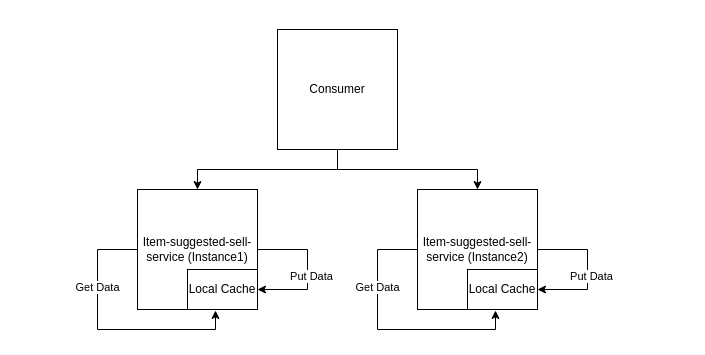
This is Sample.drawio from aswathamnaren/ArchitectureDiagrams, a draw.io file, before an edit. Source tidied: cells renumbered, new cells numbered last; positions are measured from the earlier drawing's top-left corner, leaving out a move shared by most shapes. Both pictures are drawn from the tidied source at 100%, with x=0, y=0 at pixel (97, 29).
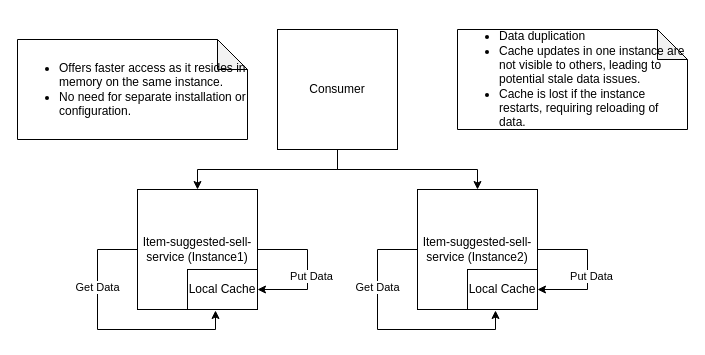
The same page after the edit.

Diff of the diagram source:
```diff
@@
+    <mxCell id="17" value="&lt;ul&gt;&lt;li&gt;Offers faster access as it resides in memory on the same instance.&lt;/li&gt;&lt;li&gt;No need for separate installation or configuration.&lt;/li&gt;&lt;/ul&gt;" style="shape=note;whiteSpace=wrap;html=1;backgroundOutline=1;darkOpacity=0.05;align=left;" parent="1" vertex="1">
+      <mxGeometry x="-80" y="10" width="230" height="100" as="geometry" />
+    </mxCell>
+    <mxCell id="18" value="&lt;ul&gt;&lt;li&gt;&lt;span style=&quot;background-color: initial;&quot;&gt;Data duplication&lt;/span&gt;&lt;/li&gt;&lt;li&gt;&lt;span style=&quot;background-color: initial;&quot;&gt;Cache updates in one instance are not visible to others, leading to potential stale data issues.&lt;/span&gt;&lt;/li&gt;&lt;li&gt;&lt;span style=&quot;background-color: initial;&quot;&gt;Cache is lost if the instance restarts, requiring reloading of data.&lt;/span&gt;&lt;/li&gt;&lt;/ul&gt;" style="shape=note;whiteSpace=wrap;html=1;backgroundOutline=1;darkOpacity=0.05;align=left;" parent="1" vertex="1">
+      <mxGeometry x="360" width="230" height="100" as="geometry" />
+    </mxCell>
```
